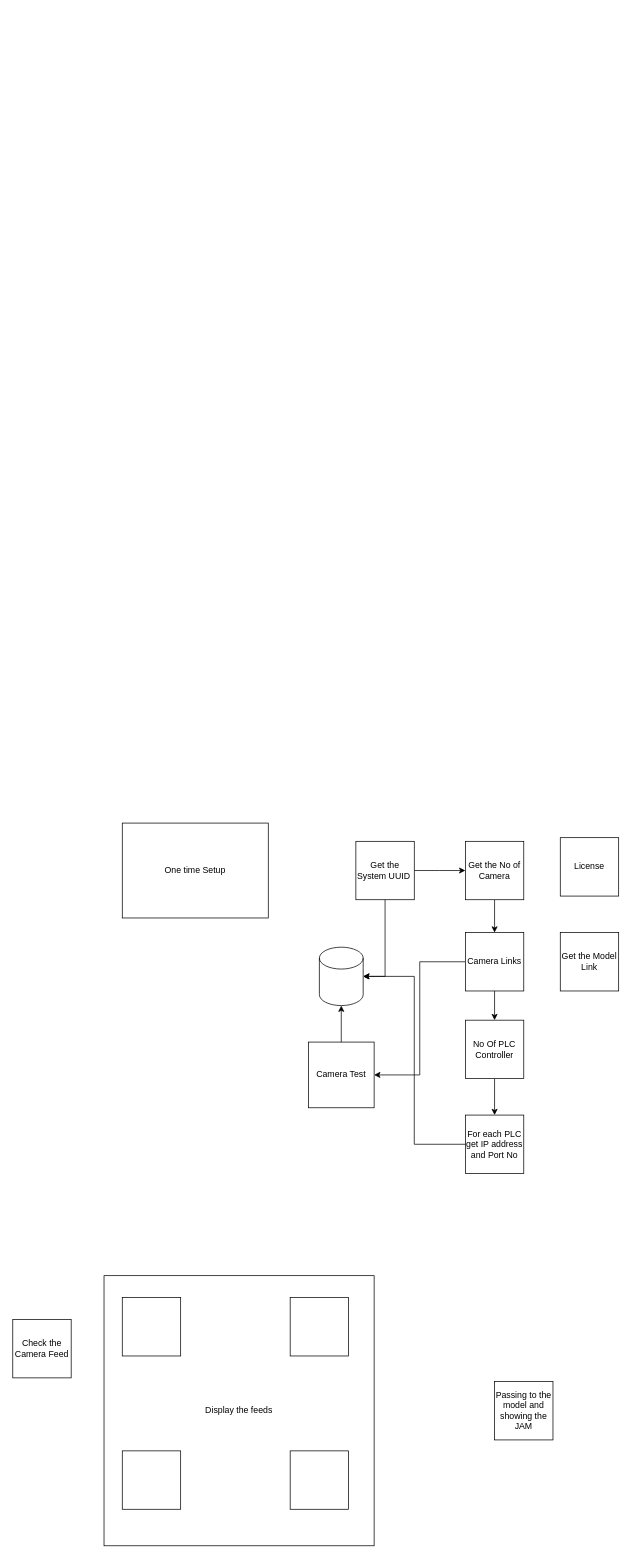
Earlier version of the draw.io diagram Basic-flow.drawio (Samuel-2552/Apollo-Tyres-Project). Source tidied: cells renumbered, new cells numbered last; positions are measured from the earlier drawing's top-left corner, leaving out a move shared by most shapes. Both pictures are drawn from the tidied source at 73%, with x=0, y=0 at pixel (12, 823).
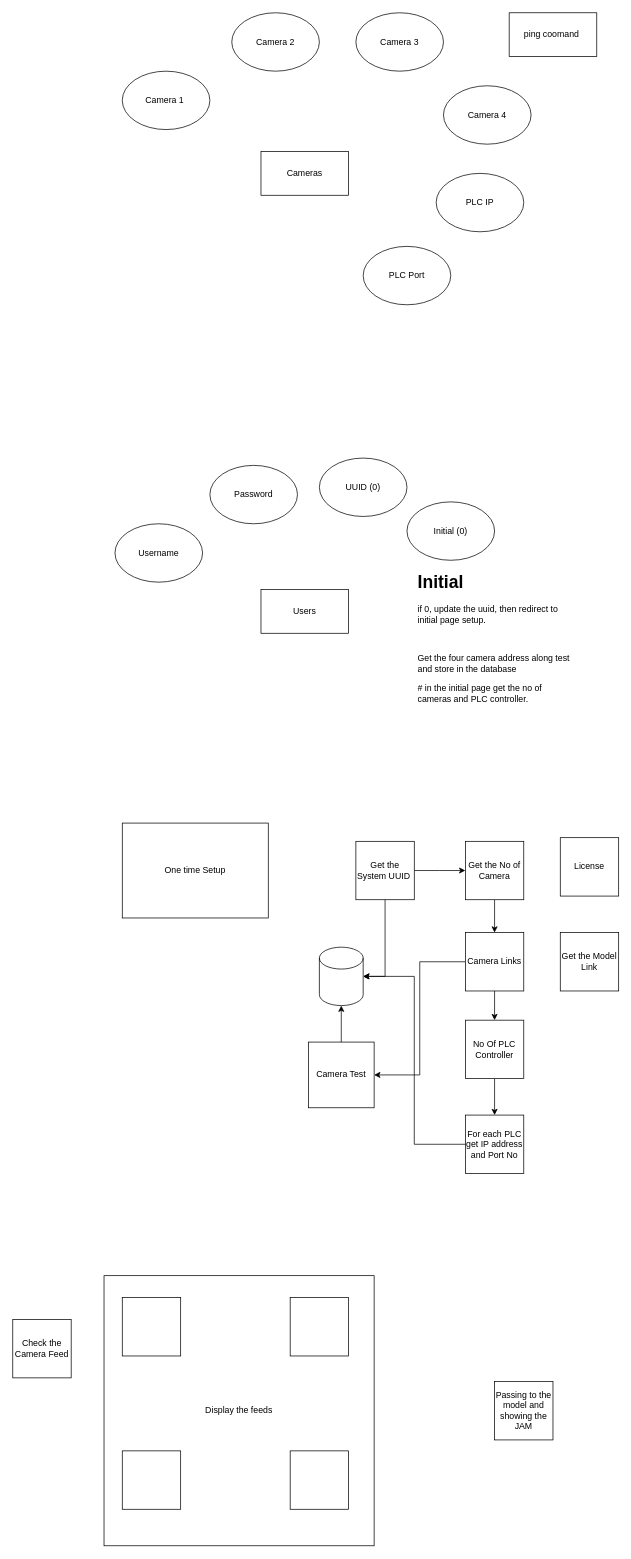
Above is the later version.

Diff of the diagram source:
```diff
@@
+    <mxCell id="27" value="Users" style="rounded=0;whiteSpace=wrap;html=1;" parent="1" vertex="1">
+      <mxGeometry x="340" y="-320" width="120" height="60" as="geometry" />
+    </mxCell>
+    <mxCell id="28" value="Username" style="ellipse;whiteSpace=wrap;html=1;" parent="1" vertex="1">
+      <mxGeometry x="140" y="-410" width="120" height="80" as="geometry" />
+    </mxCell>
+    <mxCell id="29" value="Password" style="ellipse;whiteSpace=wrap;html=1;" parent="1" vertex="1">
+      <mxGeometry x="270" y="-490" width="120" height="80" as="geometry" />
+    </mxCell>
+    <mxCell id="30" value="UUID (0)" style="ellipse;whiteSpace=wrap;html=1;" parent="1" vertex="1">
+      <mxGeometry x="420" y="-500" width="120" height="80" as="geometry" />
+    </mxCell>
+    <mxCell id="31" value="Initial (0)" style="ellipse;whiteSpace=wrap;html=1;" parent="1" vertex="1">
+      <mxGeometry x="540" y="-440" width="120" height="80" as="geometry" />
+    </mxCell>
+    <mxCell id="32" value="&lt;h1&gt;Initial&lt;/h1&gt;&lt;p&gt;if 0, update the uuid, then redirect to initial page setup.&lt;/p&gt;&lt;p&gt;&lt;br&gt;&lt;/p&gt;&lt;p&gt;Get the four camera address along test and store in the database&lt;/p&gt;&lt;p&gt;# in the initial page get the no of cameras and PLC controller.&lt;/p&gt;" style="text;html=1;strokeColor=none;fillColor=none;spacing=5;spacingTop=-20;whiteSpace=wrap;overflow=hidden;rounded=0;" parent="1" vertex="1">
+      <mxGeometry x="550" y="-350" width="220" height="210" as="geometry" />
+    </mxCell>
+    <mxCell id="33" value="Cameras" style="rounded=0;whiteSpace=wrap;html=1;" parent="1" vertex="1">
+      <mxGeometry x="340" y="-920" width="120" height="60" as="geometry" />
+    </mxCell>
+    <mxCell id="34" value="Camera 1&amp;nbsp;" style="ellipse;whiteSpace=wrap;html=1;" parent="1" vertex="1">
+      <mxGeometry x="150" y="-1030" width="120" height="80" as="geometry" />
+    </mxCell>
+    <mxCell id="35" value="Camera 2" style="ellipse;whiteSpace=wrap;html=1;" parent="1" vertex="1">
+      <mxGeometry x="300" y="-1110" width="120" height="80" as="geometry" />
+    </mxCell>
+    <mxCell id="36" value="Camera 3" style="ellipse;whiteSpace=wrap;html=1;" parent="1" vertex="1">
+      <mxGeometry x="470" y="-1110" width="120" height="80" as="geometry" />
+    </mxCell>
+    <mxCell id="37" value="Camera 4" style="ellipse;whiteSpace=wrap;html=1;" parent="1" vertex="1">
+      <mxGeometry x="590" y="-1010" width="120" height="80" as="geometry" />
+    </mxCell>
+    <mxCell id="38" value="PLC IP" style="ellipse;whiteSpace=wrap;html=1;" parent="1" vertex="1">
+      <mxGeometry x="580" y="-890" width="120" height="80" as="geometry" />
+    </mxCell>
+    <mxCell id="39" value="PLC Port" style="ellipse;whiteSpace=wrap;html=1;" parent="1" vertex="1">
+      <mxGeometry x="480" y="-790" width="120" height="80" as="geometry" />
+    </mxCell>
+    <mxCell id="40" value="ping coomand&amp;nbsp;" style="rounded=0;whiteSpace=wrap;html=1;" parent="1" vertex="1">
+      <mxGeometry x="680" y="-1110" width="120" height="60" as="geometry" />
+    </mxCell>
```
